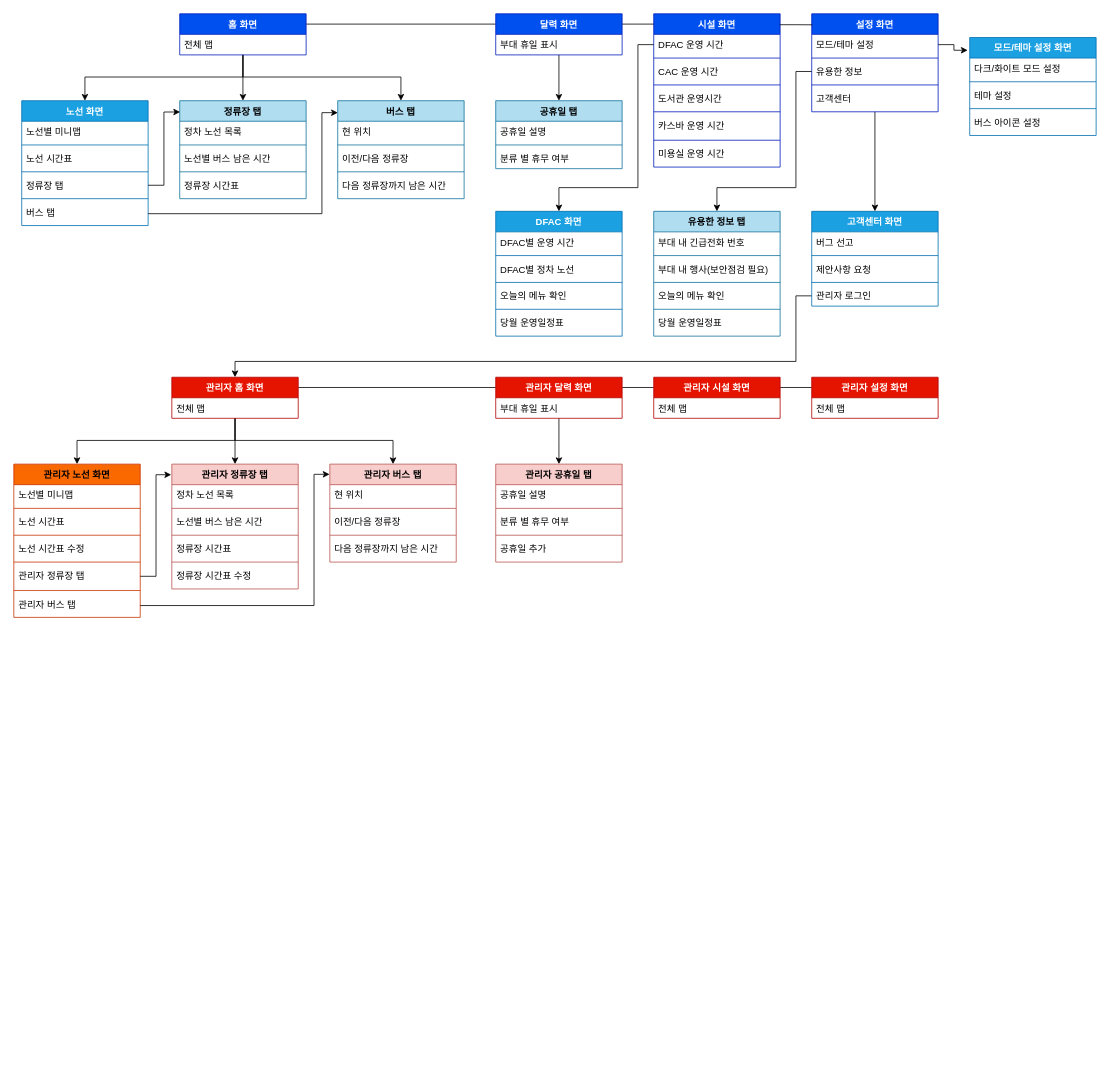
YaegunKim/Project18-CaseyBus keeps this draw.io diagram as CaseyBus_IA_01.drawio. Above is the earlier version. Source tidied: cells renumbered, new cells numbered last; positions are measured from the earlier drawing's top-left corner, leaving out a move shared by most shapes. Both pictures are drawn from the tidied source at 79%, with x=0, y=0 at pixel (13, 13).
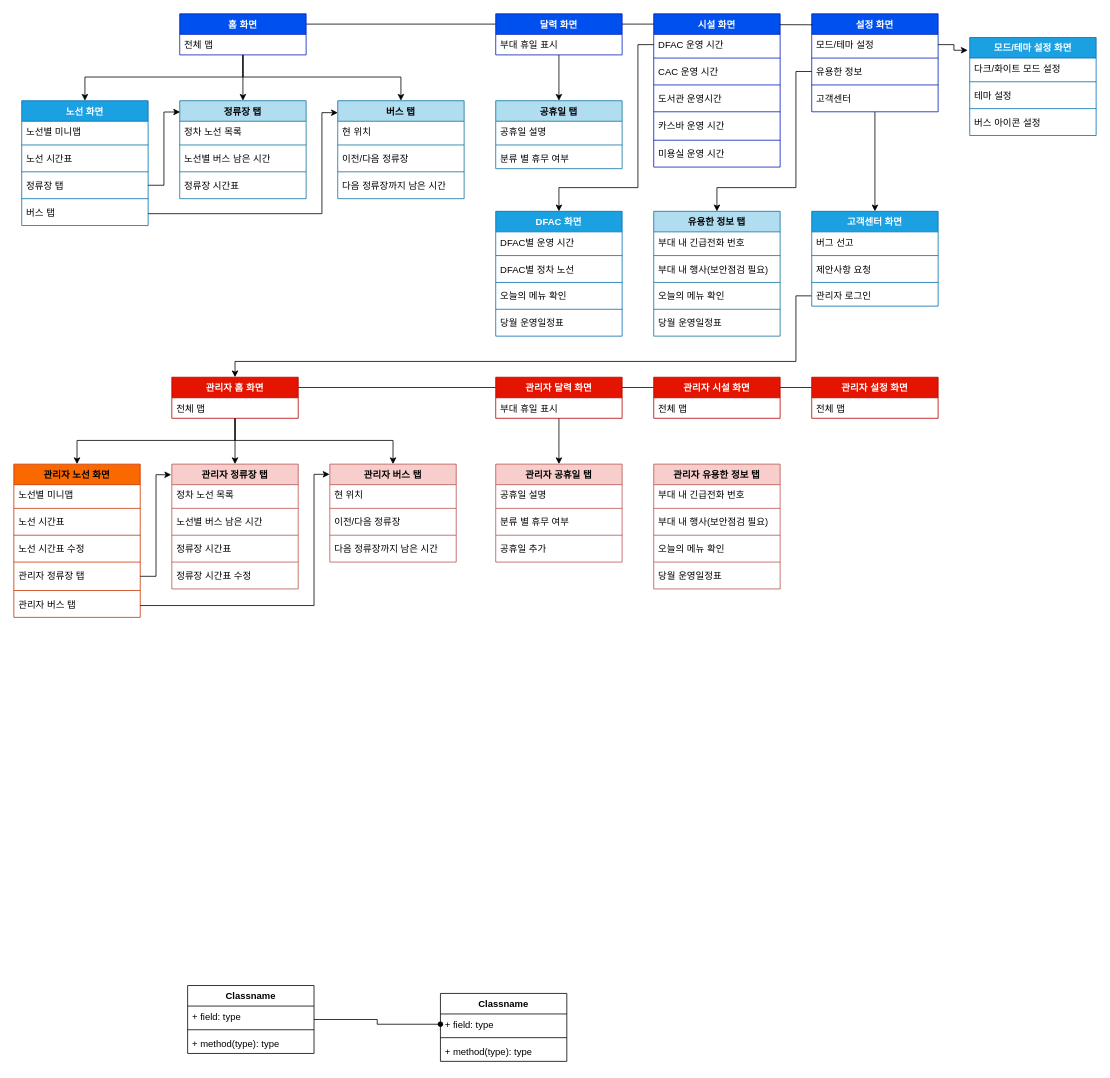
The same page after the edit.

What changed in the source:
```diff
@@
+    <mxCell id="135" value="Classname" style="swimlane;fontStyle=1;align=center;verticalAlign=top;horizontal=1;startSize=26;whiteSpace=wrap;html=1;" parent="1" vertex="1">
+      <mxGeometry x="540" y="1240" width="160" height="86" as="geometry" />
+    </mxCell>
+    <mxCell id="136" value="+ field: type" style="text;strokeColor=none;fillColor=none;align=left;verticalAlign=top;spacingLeft=4;spacingRight=4;overflow=hidden;points=[[0,0.5],[1,0.5]];portConstraint=eastwest;whiteSpace=wrap;html=1;" parent="135" vertex="1">
+      <mxGeometry y="26" width="160" height="26" as="geometry" />
+    </mxCell>
+    <mxCell id="137" style="line;strokeWidth=1;fillColor=none;align=left;verticalAlign=middle;spacingTop=-1;spacingLeft=3;spacingRight=3;labelPosition=right;strokeColor=inherit;" parent="135" vertex="1">
+      <mxGeometry y="52" width="160" height="8" as="geometry" />
+    </mxCell>
+    <mxCell id="138" value="+ method(type): type" style="text;strokeColor=none;fillColor=none;align=left;verticalAlign=top;spacingLeft=4;spacingRight=4;overflow=hidden;whiteSpace=wrap;html=1;" parent="135" vertex="1">
+      <mxGeometry y="60" width="160" height="26" as="geometry" />
+    </mxCell>
+    <mxCell id="139" style="edgeStyle=orthogonalEdgeStyle;rounded=0;jettySize=auto;html=1;entryX=0;entryY=0.5;entryDx=0;entryDy=0;endArrow=oval;endFill=1;" parent="1" edge="1" source="140" target="136">
+      <mxGeometry relative="1" as="geometry" />
+    </mxCell>
+    <mxCell id="140" value="Classname" style="swimlane;fontStyle=1;align=center;verticalAlign=top;horizontal=1;startSize=26;whiteSpace=wrap;html=1;" parent="1" vertex="1">
+      <mxGeometry x="220" y="1230" width="160" height="86" as="geometry" />
+    </mxCell>
+    <mxCell id="141" value="+ field: type" style="text;strokeColor=none;fillColor=none;align=left;verticalAlign=top;spacingLeft=4;spacingRight=4;overflow=hidden;whiteSpace=wrap;html=1;" parent="140" vertex="1">
+      <mxGeometry y="26" width="160" height="26" as="geometry" />
+    </mxCell>
+    <mxCell id="142" style="line;strokeWidth=1;fillColor=none;align=left;verticalAlign=middle;spacingTop=-1;spacingLeft=3;spacingRight=3;labelPosition=right;strokeColor=inherit;" parent="140" vertex="1">
+      <mxGeometry y="52" width="160" height="8" as="geometry" />
+    </mxCell>
+    <mxCell id="143" value="+ method(type): type" style="text;strokeColor=none;fillColor=none;align=left;verticalAlign=top;spacingLeft=4;spacingRight=4;overflow=hidden;whiteSpace=wrap;html=1;" parent="140" vertex="1">
+      <mxGeometry y="60" width="160" height="26" as="geometry" />
+    </mxCell>
+    <mxCell id="144" value="관리자 유용한 정보 탭" style="swimlane;fontStyle=1;align=center;verticalAlign=top;horizontal=1;startSize=26;whiteSpace=wrap;html=1;fillColor=#f8cecc;strokeColor=#b85450;" parent="1" vertex="1">
+      <mxGeometry x="810" y="570" width="160" height="158" as="geometry" />
+    </mxCell>
+    <mxCell id="145" value="부대 내 긴급전화 번호" style="text;strokeColor=none;fillColor=none;align=left;verticalAlign=top;spacingLeft=4;spacingRight=4;overflow=hidden;whiteSpace=wrap;html=1;" parent="144" vertex="1">
+      <mxGeometry y="26" width="160" height="26" as="geometry" />
+    </mxCell>
+    <mxCell id="146" style="line;strokeWidth=1;fillColor=none;align=left;verticalAlign=middle;spacingTop=-1;spacingLeft=3;spacingRight=3;labelPosition=right;strokeColor=inherit;" parent="144" vertex="1">
+      <mxGeometry y="52" width="160" height="8" as="geometry" />
+    </mxCell>
+    <mxCell id="147" value="부대 내 행사(보안점검 필요)" style="text;strokeColor=none;fillColor=none;align=left;verticalAlign=top;spacingLeft=4;spacingRight=4;overflow=hidden;whiteSpace=wrap;html=1;" parent="144" vertex="1">
+      <mxGeometry y="60" width="160" height="26" as="geometry" />
+    </mxCell>
+    <mxCell id="148" style="line;strokeWidth=1;fillColor=none;align=left;verticalAlign=middle;spacingTop=-1;spacingLeft=3;spacingRight=3;labelPosition=right;strokeColor=inherit;" parent="144" vertex="1">
+      <mxGeometry y="86" width="160" height="8" as="geometry" />
+    </mxCell>
+    <mxCell id="149" value="오늘의 메뉴 확인" style="text;strokeColor=none;fillColor=none;align=left;verticalAlign=top;spacingLeft=4;spacingRight=4;overflow=hidden;whiteSpace=wrap;html=1;" parent="144" vertex="1">
+      <mxGeometry y="94" width="160" height="26" as="geometry" />
+    </mxCell>
+    <mxCell id="150" style="line;strokeWidth=1;fillColor=none;align=left;verticalAlign=middle;spacingTop=-1;spacingLeft=3;spacingRight=3;labelPosition=right;strokeColor=inherit;" parent="144" vertex="1">
+      <mxGeometry y="120" width="160" height="8" as="geometry" />
+    </mxCell>
+    <mxCell id="151" value="당월 운영일정표" style="text;strokeColor=none;fillColor=none;align=left;verticalAlign=top;spacingLeft=4;spacingRight=4;overflow=hidden;whiteSpace=wrap;html=1;" parent="144" vertex="1">
+      <mxGeometry y="128" width="160" height="30" as="geometry" />
+    </mxCell>
```
